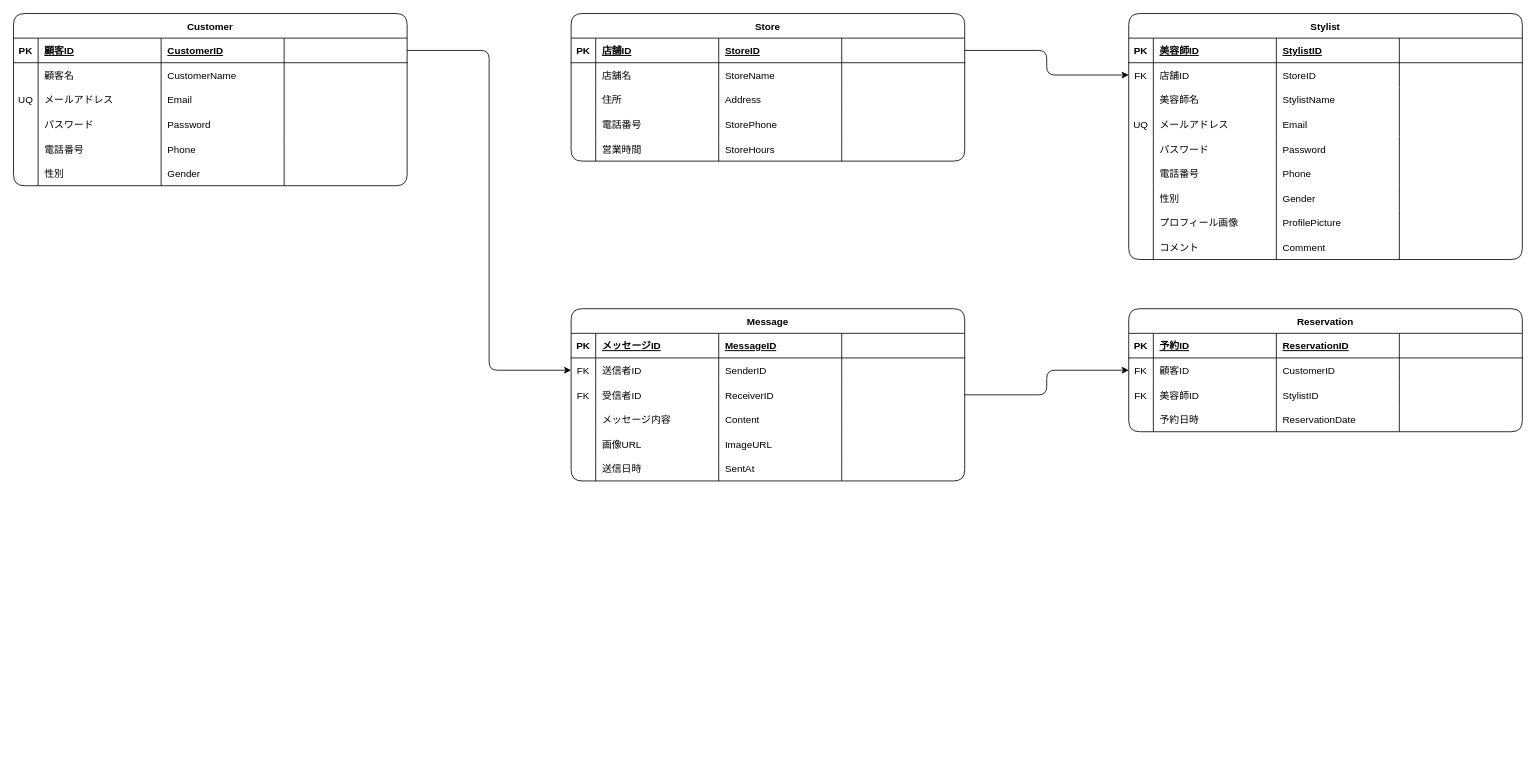
Above: ER-Draft_hiyo.dio in J-Team-2025-Winter/J-Team-2025-Winter (draw.io), before the change. Source tidied: cells renumbered, new cells numbered last; positions are measured from the earlier drawing's top-left corner, leaving out a move shared by most shapes. Both pictures are drawn from the tidied source at 82%, with x=0, y=0 at pixel (13, 13).
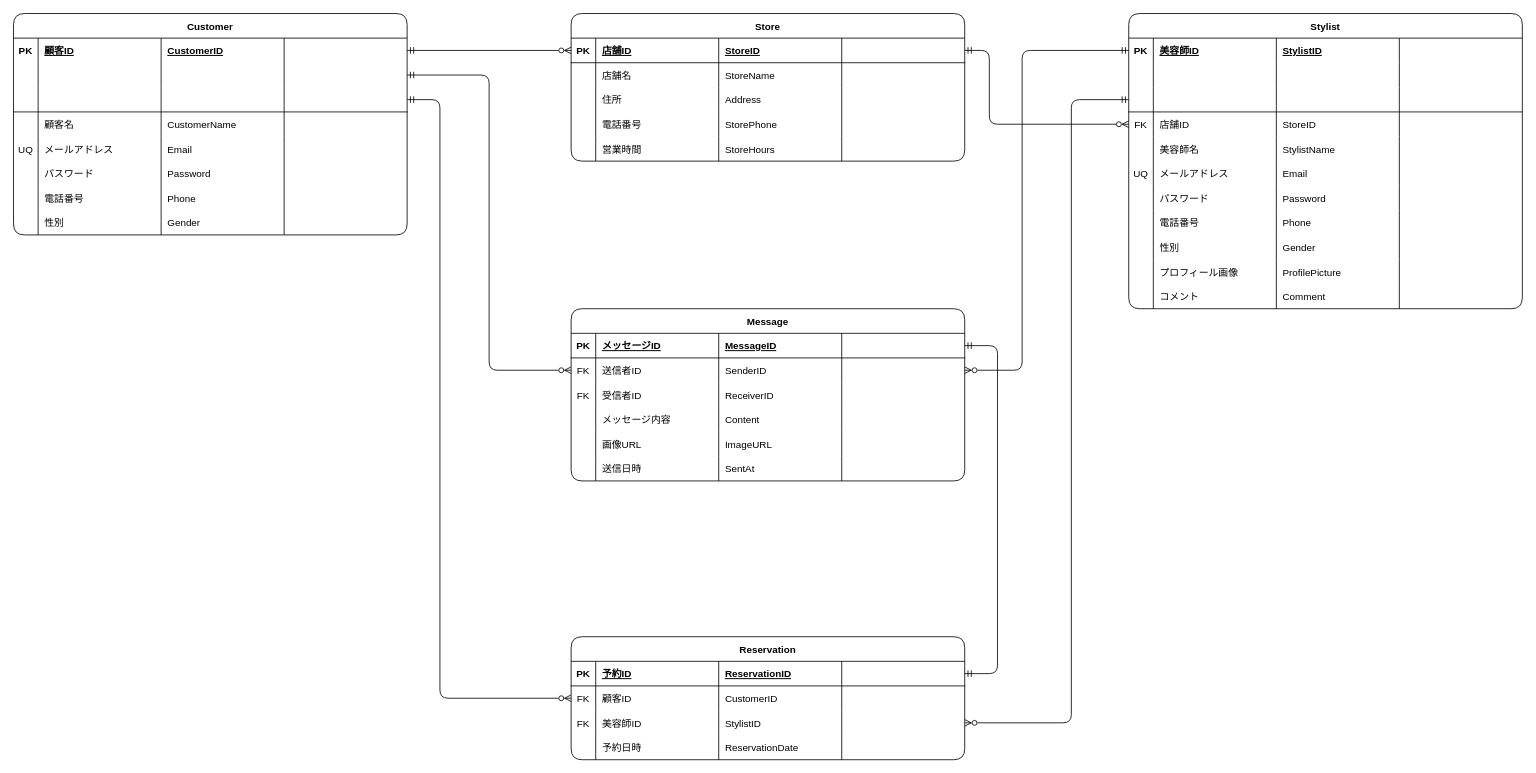
Above is the later version.

Unchanged cells that the change refers to:
```xml
<mxCell id="80" value="Message" style="shape=table;startSize=30;childLayout=tableLayout;rowLines=0;fontStyle=1;align=center;rounded=1;" parent="1" vertex="1">
  <mxGeometry x="680" y="360" width="480" height="210" as="geometry" />
</mxCell>
<mxCell id="81" style="shape=tableRow;horizontal=0;startSize=0;swimlaneHead=0;swimlaneBody=0;fillColor=none;points=[[0,0.5],[1,0.5]];portConstraint=eastwest;top=0;left=0;right=0;bottom=1;" parent="80" vertex="1">
  <mxGeometry y="30" width="480" height="30" as="geometry" />
</mxCell>
<mxCell id="86" style="shape=tableRow;horizontal=0;startSize=0;swimlaneHead=0;swimlaneBody=0;fillColor=none;points=[[0,0.5],[1,0.5]];portConstraint=eastwest;top=0;left=0;right=0;bottom=0;" parent="80" vertex="1">
  <mxGeometry y="60" width="480" height="30" as="geometry" />
</mxCell>
<mxCell id="112" style="shape=tableRow;horizontal=0;startSize=0;swimlaneHead=0;swimlaneBody=0;fillColor=none;points=[[0,0.5],[1,0.5]];portConstraint=eastwest;top=0;left=0;right=0;bottom=1;" parent="111" vertex="1">
  <mxGeometry y="30" width="480" height="30" as="geometry" />
</mxCell>
<mxCell id="117" style="shape=tableRow;horizontal=0;startSize=0;swimlaneHead=0;swimlaneBody=0;fillColor=none;points=[[0,0.5],[1,0.5]];portConstraint=eastwest;top=0;left=0;right=0;bottom=0;" parent="111" vertex="1">
  <mxGeometry y="60" width="480" height="30" as="geometry" />
</mxCell>
<mxCell id="122" style="shape=tableRow;horizontal=0;startSize=0;swimlaneHead=0;swimlaneBody=0;fillColor=none;points=[[0,0.5],[1,0.5]];portConstraint=eastwest;top=0;left=0;right=0;bottom=0;" parent="111" vertex="1">
  <mxGeometry y="90" width="480" height="30" as="geometry" />
</mxCell>
<mxCell id="133" value="Store" style="shape=table;startSize=30;childLayout=tableLayout;rowLines=0;fontStyle=1;align=center;rounded=1;" parent="1" vertex="1">
  <mxGeometry x="680" width="480" height="180" as="geometry" />
</mxCell>
<mxCell id="134" style="shape=tableRow;horizontal=0;startSize=0;swimlaneHead=0;swimlaneBody=0;fillColor=none;points=[[0,0.5],[1,0.5]];portConstraint=eastwest;top=0;left=0;right=0;bottom=1;" parent="133" vertex="1">
  <mxGeometry y="30" width="480" height="30" as="geometry" />
</mxCell>
```

Change to the diagram source:
```diff
@@
     <mxCell id="2" value="Customer" style="shape=table;startSize=30;childLayout=tableLayout;rowLines=0;fontStyle=1;align=center;rounded=1;" parent="1" vertex="1">
-      <mxGeometry width="480" height="210" as="geometry" />
+      <mxGeometry width="480" height="270" as="geometry" />
     </mxCell>
-    <mxCell id="3" style="shape=tableRow;horizontal=0;startSize=0;swimlaneHead=0;swimlaneBody=0;fillColor=none;points=[[0,0.5],[1,0.5]];portConstraint=eastwest;top=0;left=0;right=0;bottom=1;" parent="2" vertex="1">
+    <mxCell id="3" style="shape=tableRow;horizontal=0;startSize=0;swimlaneHead=0;swimlaneBody=0;fillColor=none;points=[[0,0.5],[1,0.5]];portConstraint=eastwest;top=0;left=0;right=0;bottom=0;" parent="2" vertex="1">
       <mxGeometry y="30" width="480" height="30" as="geometry" />
     </mxCell>
@@
+    <mxCell id="160" style="shape=tableRow;horizontal=0;startSize=0;swimlaneHead=0;swimlaneBody=0;fillColor=none;points=[[0,0.5],[1,0.5]];portConstraint=eastwest;top=0;left=0;right=0;bottom=0;" parent="2" vertex="1">
+      <mxGeometry y="60" width="480" height="30" as="geometry" />
+    </mxCell>
+    <mxCell id="161" style="shape=partialRectangle;fillColor=none;top=0;left=0;bottom=0;right=0;fontStyle=1;overflow=hidden;" parent="160" vertex="1">
+      <mxGeometry width="30" height="30" as="geometry" />
+    </mxCell>
+    <mxCell id="162" style="shape=partialRectangle;fillColor=none;top=0;left=0;bottom=0;right=0;align=left;spacingLeft=6;fontStyle=5;overflow=hidden;" parent="160" vertex="1">
+      <mxGeometry x="30" width="150" height="30" as="geometry" />
+    </mxCell>
+    <mxCell id="163" style="shape=partialRectangle;fillColor=none;top=0;left=0;bottom=0;right=0;align=left;spacingLeft=6;fontStyle=5;overflow=hidden;" parent="160" vertex="1">
+      <mxGeometry x="180" width="150" height="30" as="geometry" />
+    </mxCell>
+    <mxCell id="164" style="shape=partialRectangle;fillColor=none;top=0;left=0;bottom=0;right=0;align=left;spacingLeft=6;fontStyle=5;overflow=hidden;" parent="160" vertex="1">
+      <mxGeometry x="330" width="150" height="30" as="geometry" />
+    </mxCell>
+    <mxCell id="165" style="shape=tableRow;horizontal=0;startSize=0;swimlaneHead=0;swimlaneBody=0;fillColor=none;points=[[0,0.5],[1,0.5]];portConstraint=eastwest;top=0;left=0;right=0;bottom=1;" parent="2" vertex="1">
+      <mxGeometry y="90" width="480" height="30" as="geometry" />
+    </mxCell>
+    <mxCell id="166" style="shape=partialRectangle;fillColor=none;top=0;left=0;bottom=0;right=0;fontStyle=1;overflow=hidden;" parent="165" vertex="1">
+      <mxGeometry width="30" height="30" as="geometry" />
+    </mxCell>
+    <mxCell id="167" style="shape=partialRectangle;fillColor=none;top=0;left=0;bottom=0;right=0;align=left;spacingLeft=6;fontStyle=5;overflow=hidden;" parent="165" vertex="1">
+      <mxGeometry x="30" width="150" height="30" as="geometry" />
+    </mxCell>
+    <mxCell id="168" style="shape=partialRectangle;fillColor=none;top=0;left=0;bottom=0;right=0;align=left;spacingLeft=6;fontStyle=5;overflow=hidden;" parent="165" vertex="1">
+      <mxGeometry x="180" width="150" height="30" as="geometry" />
+    </mxCell>
+    <mxCell id="169" style="shape=partialRectangle;fillColor=none;top=0;left=0;bottom=0;right=0;align=left;spacingLeft=6;fontStyle=5;overflow=hidden;" parent="165" vertex="1">
+      <mxGeometry x="330" width="150" height="30" as="geometry" />
+    </mxCell>
     <mxCell id="8" style="shape=tableRow;horizontal=0;startSize=0;swimlaneHead=0;swimlaneBody=0;fillColor=none;top=0;left=0;right=0;bottom=0;" parent="2" vertex="1">
-      <mxGeometry y="60" width="480" height="30" as="geometry" />
+      <mxGeometry y="120" width="480" height="30" as="geometry" />
     </mxCell>
@@
     <mxCell id="13" style="shape=tableRow;horizontal=0;startSize=0;swimlaneHead=0;swimlaneBody=0;fillColor=none;top=0;left=0;right=0;bottom=0;" parent="2" vertex="1">
-      <mxGeometry y="90" width="480" height="30" as="geometry" />
+      <mxGeometry y="150" width="480" height="30" as="geometry" />
     </mxCell>
@@
     <mxCell id="18" style="shape=tableRow;horizontal=0;startSize=0;swimlaneHead=0;swimlaneBody=0;fillColor=none;top=0;left=0;right=0;bottom=0;" parent="2" vertex="1">
-      <mxGeometry y="120" width="480" height="30" as="geometry" />
+      <mxGeometry y="180" width="480" height="30" as="geometry" />
     </mxCell>
@@
     <mxCell id="23" style="shape=tableRow;horizontal=0;startSize=0;swimlaneHead=0;swimlaneBody=0;fillColor=none;top=0;left=0;right=0;bottom=0;" parent="2" vertex="1">
-      <mxGeometry y="150" width="480" height="30" as="geometry" />
+      <mxGeometry y="210" width="480" height="30" as="geometry" />
     </mxCell>
@@
     <mxCell id="28" style="shape=tableRow;horizontal=0;startSize=0;swimlaneHead=0;swimlaneBody=0;fillColor=none;top=0;left=0;right=0;bottom=0;" parent="2" vertex="1">
-      <mxGeometry y="180" width="480" height="30" as="geometry" />
+      <mxGeometry y="240" width="480" height="30" as="geometry" />
     </mxCell>
@@
     <mxCell id="33" value="Stylist" style="shape=table;startSize=30;childLayout=tableLayout;rowLines=0;fontStyle=1;align=center;rounded=1;" parent="1" vertex="1">
-      <mxGeometry x="1360" width="480" height="300" as="geometry" />
+      <mxGeometry x="1360" width="480" height="360" as="geometry" />
     </mxCell>
-    <mxCell id="34" style="shape=tableRow;horizontal=0;startSize=0;swimlaneHead=0;swimlaneBody=0;fillColor=none;points=[[0,0.5],[1,0.5]];portConstraint=eastwest;top=0;left=0;right=0;bottom=1;" parent="33" vertex="1">
+    <mxCell id="34" style="shape=tableRow;horizontal=0;startSize=0;swimlaneHead=0;swimlaneBody=0;fillColor=none;points=[[0,0.5],[1,0.5]];portConstraint=eastwest;top=0;left=0;right=0;bottom=0;" parent="33" vertex="1">
       <mxGeometry y="30" width="480" height="30" as="geometry" />
     </mxCell>
@@
+    <mxCell id="170" style="shape=tableRow;horizontal=0;startSize=0;swimlaneHead=0;swimlaneBody=0;fillColor=none;top=0;left=0;right=0;bottom=0;" parent="33" vertex="1">
+      <mxGeometry y="60" width="480" height="30" as="geometry" />
+    </mxCell>
+    <mxCell id="171" style="shape=partialRectangle;fillColor=none;top=0;left=0;bottom=0;right=0;fontStyle=1;overflow=hidden;" parent="170" vertex="1">
+      <mxGeometry width="30" height="30" as="geometry" />
+    </mxCell>
+    <mxCell id="172" style="shape=partialRectangle;fillColor=none;top=0;left=0;bottom=0;right=0;align=left;spacingLeft=6;fontStyle=5;overflow=hidden;" parent="170" vertex="1">
+      <mxGeometry x="30" width="150" height="30" as="geometry" />
+    </mxCell>
+    <mxCell id="173" style="shape=partialRectangle;fillColor=none;top=0;left=0;bottom=0;right=0;align=left;spacingLeft=6;fontStyle=5;overflow=hidden;" parent="170" vertex="1">
+      <mxGeometry x="180" width="150" height="30" as="geometry" />
+    </mxCell>
+    <mxCell id="174" style="shape=partialRectangle;fillColor=none;top=0;left=0;bottom=0;right=0;align=left;spacingLeft=6;fontStyle=5;overflow=hidden;" parent="170" vertex="1">
+      <mxGeometry x="330" width="150" height="30" as="geometry" />
+    </mxCell>
+    <mxCell id="175" style="shape=tableRow;horizontal=0;startSize=0;swimlaneHead=0;swimlaneBody=0;fillColor=none;points=[[0,0.5],[1,0.5]];portConstraint=eastwest;top=0;left=0;right=0;bottom=1;" parent="33" vertex="1">
+      <mxGeometry y="90" width="480" height="30" as="geometry" />
+    </mxCell>
+    <mxCell id="176" style="shape=partialRectangle;fillColor=none;top=0;left=0;bottom=0;right=0;fontStyle=1;overflow=hidden;" parent="175" vertex="1">
+      <mxGeometry width="30" height="30" as="geometry" />
+    </mxCell>
+    <mxCell id="177" style="shape=partialRectangle;fillColor=none;top=0;left=0;bottom=0;right=0;align=left;spacingLeft=6;fontStyle=5;overflow=hidden;" parent="175" vertex="1">
+      <mxGeometry x="30" width="150" height="30" as="geometry" />
+    </mxCell>
+    <mxCell id="178" style="shape=partialRectangle;fillColor=none;top=0;left=0;bottom=0;right=0;align=left;spacingLeft=6;fontStyle=5;overflow=hidden;" parent="175" vertex="1">
+      <mxGeometry x="180" width="150" height="30" as="geometry" />
+    </mxCell>
+    <mxCell id="179" style="shape=partialRectangle;fillColor=none;top=0;left=0;bottom=0;right=0;align=left;spacingLeft=6;fontStyle=5;overflow=hidden;" parent="175" vertex="1">
+      <mxGeometry x="330" width="150" height="30" as="geometry" />
+    </mxCell>
     <mxCell id="39" style="shape=tableRow;horizontal=0;startSize=0;swimlaneHead=0;swimlaneBody=0;fillColor=none;points=[[0,0.5],[1,0.5]];portConstraint=eastwest;top=0;left=0;right=0;bottom=0;" parent="33" vertex="1">
-      <mxGeometry y="60" width="480" height="30" as="geometry" />
+      <mxGeometry y="120" width="480" height="30" as="geometry" />
     </mxCell>
@@
     <mxCell id="44" style="shape=tableRow;horizontal=0;startSize=0;swimlaneHead=0;swimlaneBody=0;fillColor=none;top=0;left=0;right=0;bottom=0;" parent="33" vertex="1">
-      <mxGeometry y="90" width="480" height="30" as="geometry" />
+      <mxGeometry y="150" width="480" height="30" as="geometry" />
     </mxCell>
@@
     <mxCell id="49" style="shape=tableRow;horizontal=0;startSize=0;swimlaneHead=0;swimlaneBody=0;fillColor=none;top=0;left=0;right=0;bottom=0;" parent="33" vertex="1">
-      <mxGeometry y="120" width="480" height="30" as="geometry" />
+      <mxGeometry y="180" width="480" height="30" as="geometry" />
     </mxCell>
@@
     <mxCell id="54" style="shape=tableRow;horizontal=0;startSize=0;swimlaneHead=0;swimlaneBody=0;fillColor=none;top=0;left=0;right=0;bottom=0;" parent="33" vertex="1">
-      <mxGeometry y="150" width="480" height="30" as="geometry" />
+      <mxGeometry y="210" width="480" height="30" as="geometry" />
     </mxCell>
@@
     <mxCell id="59" style="shape=tableRow;horizontal=0;startSize=0;swimlaneHead=0;swimlaneBody=0;fillColor=none;top=0;left=0;right=0;bottom=0;" parent="33" vertex="1">
-      <mxGeometry y="180" width="480" height="30" as="geometry" />
+      <mxGeometry y="240" width="480" height="30" as="geometry" />
     </mxCell>
@@
     <mxCell id="64" style="shape=tableRow;horizontal=0;startSize=0;swimlaneHead=0;swimlaneBody=0;fillColor=none;top=0;left=0;right=0;bottom=0;" parent="33" vertex="1">
-      <mxGeometry y="210" width="480" height="30" as="geometry" />
+      <mxGeometry y="270" width="480" height="30" as="geometry" />
     </mxCell>
@@
     <mxCell id="69" style="shape=tableRow;horizontal=0;startSize=0;swimlaneHead=0;swimlaneBody=0;fillColor=none;top=0;left=0;right=0;bottom=0;" parent="33" vertex="1">
-      <mxGeometry y="240" width="480" height="30" as="geometry" />
+      <mxGeometry y="300" width="480" height="30" as="geometry" />
     </mxCell>
@@
     <mxCell id="74" style="shape=tableRow;horizontal=0;startSize=0;swimlaneHead=0;swimlaneBody=0;fillColor=none;top=0;left=0;right=0;bottom=0;" parent="33" vertex="1">
-      <mxGeometry y="270" width="480" height="30" as="geometry" />
+      <mxGeometry y="330" width="480" height="30" as="geometry" />
     </mxCell>
@@
-    <mxCell id="79" style="edgeStyle=orthogonalEdgeStyle;html=1;exitX=1;exitY=0.5;exitDx=0;exitDy=0;entryX=0;entryY=0.5;entryDx=0;entryDy=0;" parent="1" edge="1" source="80" target="117">
-      <mxGeometry relative="1" as="geometry" />
-    </mxCell>
@@
     <mxCell id="111" value="Reservation" style="shape=table;startSize=30;childLayout=tableLayout;rowLines=0;fontStyle=1;align=center;rounded=1;" parent="1" vertex="1">
-      <mxGeometry x="1360" y="360" width="480" height="150" as="geometry" />
+      <mxGeometry x="680" y="760" width="480" height="150" as="geometry" />
     </mxCell>
@@
-    <mxCell id="132" style="edgeStyle=orthogonalEdgeStyle;html=1;exitX=1;exitY=0.25;exitDx=0;exitDy=0;entryX=0;entryY=0.5;entryDx=0;entryDy=0;" parent="1" edge="1" source="133" target="39">
-      <mxGeometry relative="1" as="geometry" />
-    </mxCell>
@@
-    <mxCell id="159" style="edgeStyle=orthogonalEdgeStyle;html=1;exitX=1;exitY=0.5;exitDx=0;exitDy=0;entryX=0;entryY=0.5;entryDx=0;entryDy=0;" parent="1" edge="1" source="3" target="86">
-      <mxGeometry relative="1" as="geometry" />
-    </mxCell>
+    <mxCell id="180" style="edgeStyle=orthogonalEdgeStyle;html=1;exitX=1;exitY=0.5;exitDx=0;exitDy=0;entryX=0;entryY=0.5;entryDx=0;entryDy=0;startArrow=ERmandOne;startFill=0;endArrow=ERzeroToMany;endFill=0;" parent="1" edge="1" source="3" target="134">
+      <mxGeometry relative="1" as="geometry" />
+    </mxCell>
+    <mxCell id="181" style="edgeStyle=orthogonalEdgeStyle;html=1;exitX=0;exitY=0.5;exitDx=0;exitDy=0;startArrow=ERmandOne;startFill=0;endArrow=ERzeroToMany;endFill=0;" parent="1" edge="1" source="34" target="86">
+      <mxGeometry relative="1" as="geometry">
+        <Array as="points">
+          <mxPoint x="1230" y="45" />
+          <mxPoint x="1230" y="435" />
+        </Array>
+      </mxGeometry>
+    </mxCell>
+    <mxCell id="182" style="edgeStyle=orthogonalEdgeStyle;html=1;exitX=1;exitY=0.5;exitDx=0;exitDy=0;entryX=0;entryY=0.5;entryDx=0;entryDy=0;startArrow=ERmandOne;startFill=0;endArrow=ERzeroToMany;endFill=0;" parent="1" edge="1" source="165" target="117">
+      <mxGeometry relative="1" as="geometry">
+        <Array as="points">
+          <mxPoint x="520" y="105" />
+          <mxPoint x="520" y="835" />
+        </Array>
+      </mxGeometry>
+    </mxCell>
+    <mxCell id="183" style="edgeStyle=orthogonalEdgeStyle;html=1;exitX=0;exitY=0.5;exitDx=0;exitDy=0;startArrow=ERmandOne;startFill=0;endArrow=ERzeroToMany;endFill=0;" parent="1" edge="1" source="175" target="122">
+      <mxGeometry relative="1" as="geometry">
+        <Array as="points">
+          <mxPoint x="1290" y="105" />
+          <mxPoint x="1290" y="865" />
+        </Array>
+      </mxGeometry>
+    </mxCell>
+    <mxCell id="184" style="edgeStyle=orthogonalEdgeStyle;html=1;exitX=1;exitY=0.5;exitDx=0;exitDy=0;entryX=0;entryY=0.5;entryDx=0;entryDy=0;startArrow=ERmandOne;startFill=0;endArrow=ERzeroToMany;endFill=0;" parent="1" edge="1" source="134" target="39">
+      <mxGeometry relative="1" as="geometry">
+        <Array as="points">
+          <mxPoint x="1190" y="45" />
+          <mxPoint x="1190" y="135" />
+        </Array>
+      </mxGeometry>
+    </mxCell>
+    <mxCell id="185" style="edgeStyle=orthogonalEdgeStyle;html=1;exitX=1;exitY=0.5;exitDx=0;exitDy=0;entryX=0;entryY=0.5;entryDx=0;entryDy=0;startArrow=ERmandOne;startFill=0;endArrow=ERzeroToMany;endFill=0;" parent="1" edge="1" source="160" target="86">
+      <mxGeometry relative="1" as="geometry" />
+    </mxCell>
+    <mxCell id="186" style="edgeStyle=orthogonalEdgeStyle;html=1;exitX=1;exitY=0.5;exitDx=0;exitDy=0;startArrow=ERmandOne;startFill=0;endArrow=ERmandOne;endFill=0;" parent="1" edge="1" source="81" target="112">
+      <mxGeometry relative="1" as="geometry">
+        <Array as="points">
+          <mxPoint x="1200" y="405" />
+          <mxPoint x="1200" y="805" />
+        </Array>
+      </mxGeometry>
+    </mxCell>
```
